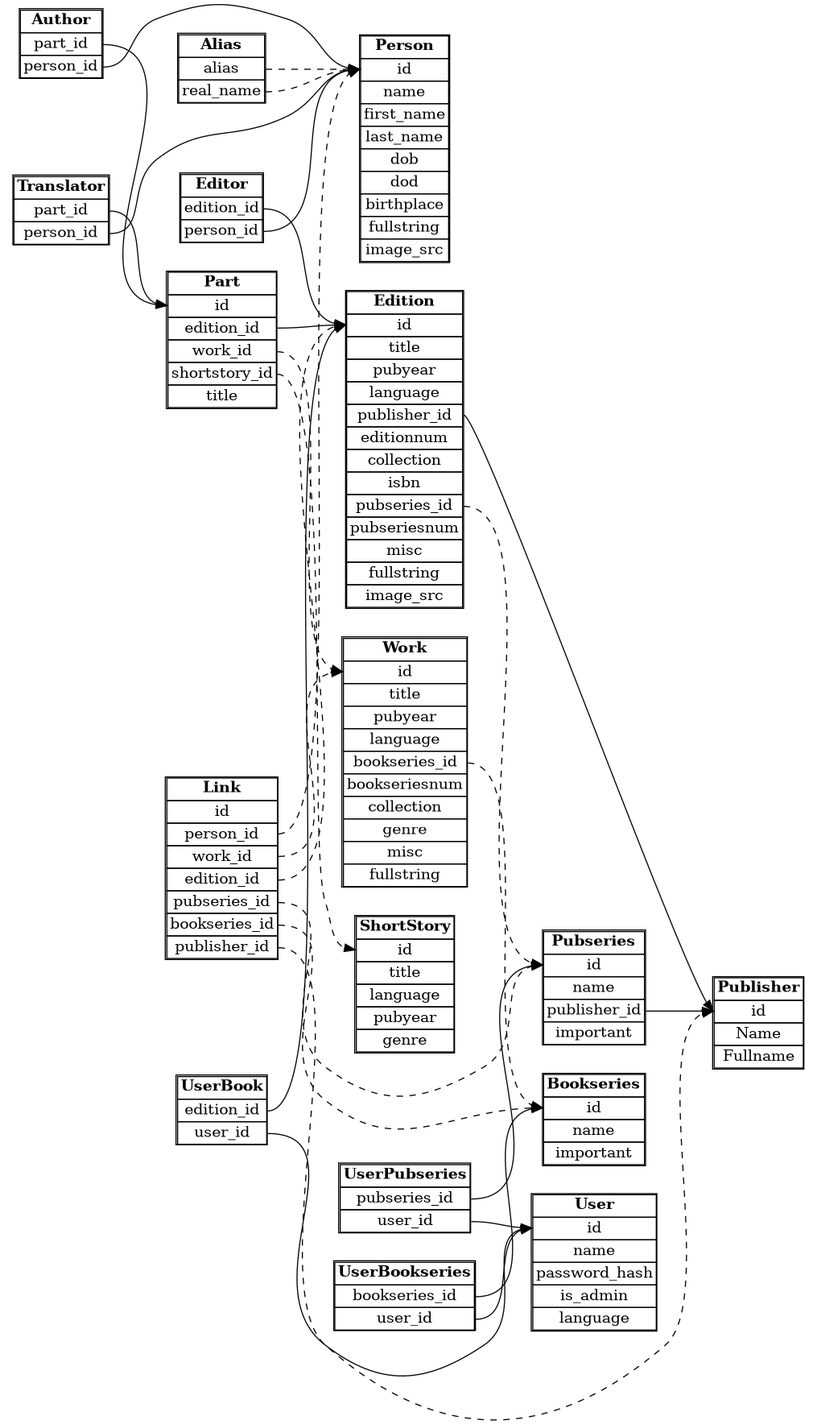
Makistos/suomisf keeps this Graphviz diagram as db-schema.png. Above is the earlier version. Its source is kept beside it as db-schema.gv.
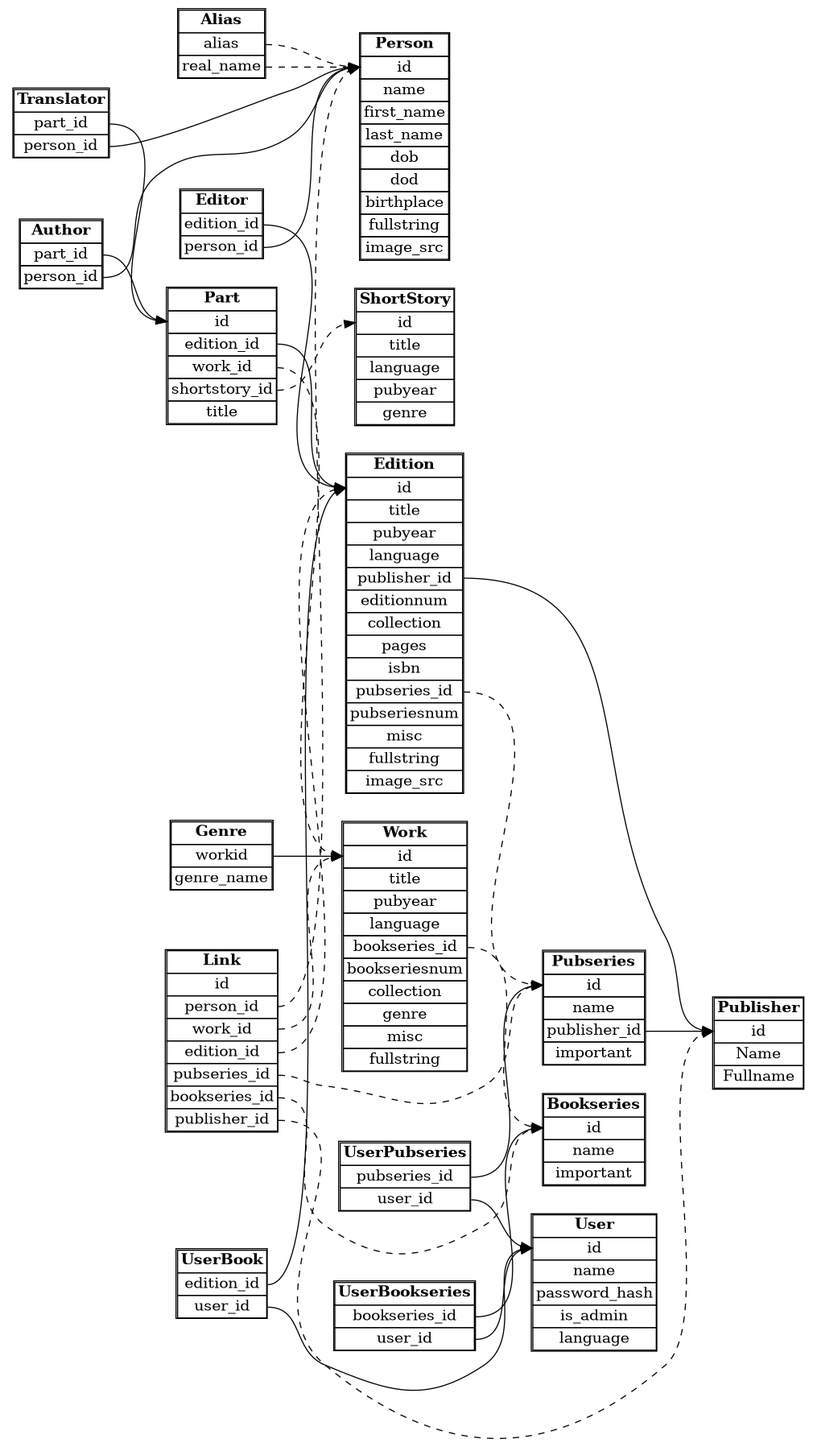
After the change.

Diff of the diagram source:
```diff
@@ -104,6 +104,7 @@
 		<TR><TD PORT="publisherid">publisher_id</TD></TR>
 		<TR><TD>editionnum</TD></TR>
                 <TR><TD>collection</TD></TR>
+		<TR><TD>pages</TD></TR>
 		<TR><TD>isbn</TD></TR>
 		<TR><TD PORT="pubseriesid">pubseries_id</TD></TR>
 		<TR><TD>pubseriesnum</TD></TR>
@@ -187,6 +188,15 @@
 		</TABLE>
 		>];
 
+	Genre [
+		label =<
+		<TABLE BORDER="1" CELLBORDER="1" CELLSPACING="0">
+		<TR><TD><B>Genre</B></TD></TR>
+		<TR><TD port="workid">workid</TD></TR>
+		<TR><TD port="name">genre_name</TD></TR>
+		</TABLE>
+		>];
+
 	Author:partid -> Part:id;
 	Author:personid -> Person:id;
 	Translator:personid -> Person:id;
@@ -214,4 +224,5 @@
         Link:publisherid -> Publisher:id [style=dashed];
         Alias:alias -> Person:id [style=dashed];
         Alias:realname -> Person:id [style=dashed];
+	Genre:workid -> Work:id;
 }
```
